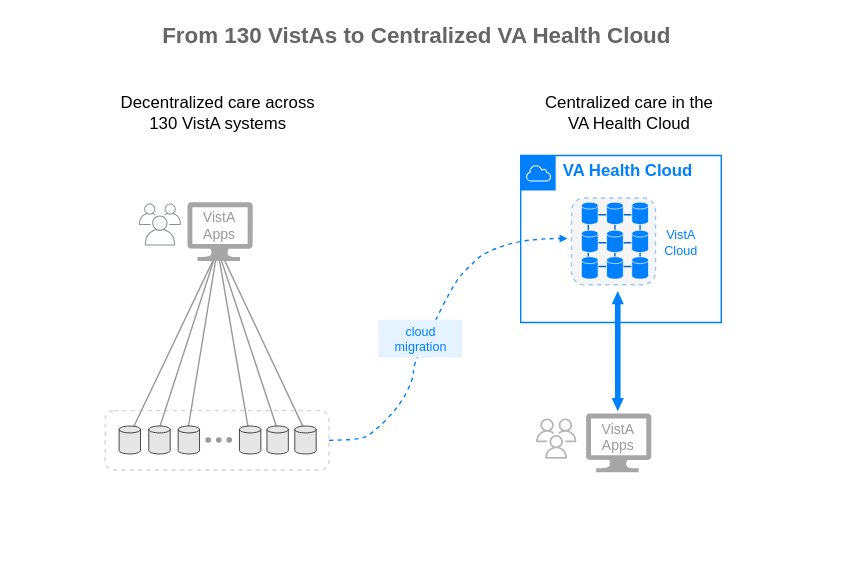
Before: img/vista-to-vaec-5.svg, a diagram exported from draw.io (cloudvista/vaa). Source tidied: cells renumbered, new cells last; positions are measured from the earlier drawing's top-left corner, leaving out a move shared by most shapes.
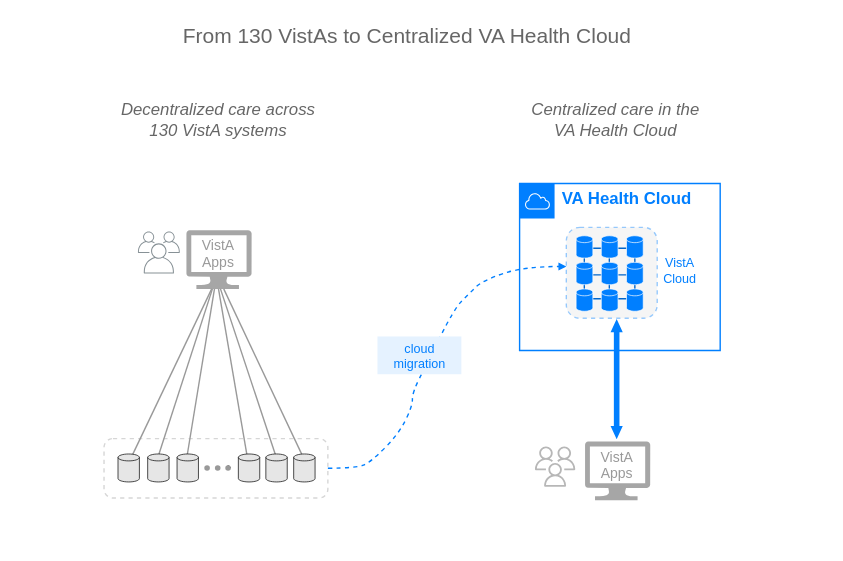
After the commit.

Diff of the diagram source:
```diff
@@ -3,7 +3,7 @@
     <mxCell id="0" />
     <mxCell id="1" parent="0" />
     <mxCell id="2" style="rounded=0;whiteSpace=wrap;html=1;fontColor=#0066CC;strokeColor=none;" parent="1" vertex="1">
-      <mxGeometry width="600" height="400" as="geometry" />
+      <mxGeometry x="1" y="-20" width="600" height="400" as="geometry" />
     </mxCell>
     <mxCell id="3" style="sketch=0;shadow=0;dashed=0;html=1;strokeColor=none;labelPosition=center;verticalLabelPosition=bottom;verticalAlign=top;align=center;fillColor=#808080;shape=mxgraph.azure.computer;strokeWidth=2;opacity=70;" parent="1" vertex="1">
       <mxGeometry x="133.4" y="144" width="46.7" height="42" as="geometry" />
@@ -38,12 +38,9 @@
         <mxPoint x="157.8" y="186" as="targetPoint" />
       </mxGeometry>
     </mxCell>
-    <mxCell id="10" value="&lt;font color=&quot;#666666&quot; style=&quot;font-size: 16px;&quot;&gt;&lt;b style=&quot;&quot;&gt;From 130 VistAs to&amp;nbsp;Centralized VA Health Cloud&lt;/b&gt;&lt;/font&gt;" style="text;html=1;align=center;verticalAlign=middle;strokeColor=none;fillColor=none;" parent="1" vertex="1">
-      <mxGeometry x="101.6" y="10" width="390" height="30" as="geometry" />
+    <mxCell id="10" value="&lt;font size=&quot;1&quot; color=&quot;#666666&quot; style=&quot;&quot;&gt;&lt;span style=&quot;font-weight: normal; font-size: 15px;&quot;&gt;From 130 VistAs to Centralized VA Health Cloud&lt;/span&gt;&lt;/font&gt;" style="text;html=1;align=center;verticalAlign=middle;strokeColor=none;fillColor=none;fontStyle=1;" parent="1" vertex="1">
+      <mxGeometry x="121" y="-10" width="340" height="30" as="geometry" />
     </mxCell>
-    <mxCell id="11" value="Centralized care in the&lt;br&gt;VA Health Cloud" style="text;html=1;align=center;verticalAlign=middle;strokeColor=none;fillColor=none;" parent="1" vertex="1">
-      <mxGeometry x="379" y="60" width="140" height="40" as="geometry" />
-    </mxCell>
     <mxCell id="12" style="sketch=0;shadow=0;dashed=0;html=1;strokeColor=none;labelPosition=center;verticalLabelPosition=bottom;verticalAlign=top;align=center;fillColor=#808080;shape=mxgraph.azure.computer;strokeWidth=2;opacity=70;" parent="1" vertex="1">
       <mxGeometry x="418.3" y="295" width="46.7" height="42" as="geometry" />
     </mxCell>
@@ -53,8 +50,8 @@
     <mxCell id="14" value="&lt;font color=&quot;#999999&quot;&gt;VistA&lt;br style=&quot;font-size: 10px;&quot;&gt;Apps&lt;/font&gt;" style="text;html=1;align=center;verticalAlign=middle;strokeColor=none;fillColor=none;fontSize=10;" parent="1" vertex="1">
       <mxGeometry x="416" y="292" width="50" height="40" as="geometry" />
     </mxCell>
-    <mxCell id="15" value="Decentralized care across &lt;br&gt;130 VistA systems" style="text;html=1;align=center;verticalAlign=middle;strokeColor=none;fillColor=none;" parent="1" vertex="1">
-      <mxGeometry x="75" y="60" width="160" height="40" as="geometry" />
+    <mxCell id="15" value="Decentralized care across &lt;br&gt;130 VistA systems" style="text;html=1;align=center;verticalAlign=middle;strokeColor=none;fillColor=none;fontStyle=2;fontColor=#666666;" parent="1" vertex="1">
+      <mxGeometry x="75.7" y="45" width="160" height="40" as="geometry" />
     </mxCell>
     <mxCell id="16" style="shape=flexArrow;endArrow=classic;startArrow=classic;html=1;endWidth=3.7288135593220337;endSize=2.8084745762711862;startWidth=3.7288135593220337;startSize=2.8084745762711862;width=4;fillColor=#007FFF;strokeColor=none;" parent="1" edge="1">
       <mxGeometry relative="1" as="geometry">
@@ -74,75 +71,75 @@
     <mxCell id="20" value="&lt;b&gt;&lt;font color=&quot;#007fff&quot; style=&quot;font-size: 12px;&quot;&gt;VA Health Cloud&lt;/font&gt;&lt;/b&gt;" style="text;html=1;align=center;verticalAlign=middle;strokeColor=none;fillColor=none;fontColor=#0066CC;labelBackgroundColor=default;" parent="19" vertex="1">
       <mxGeometry x="16.4" y="-4" width="120" height="30" as="geometry" />
     </mxCell>
-    <mxCell id="21" style="group;" parent="1" vertex="1">
-      <mxGeometry x="408" y="141" width="188.6" height="259" as="geometry" />
-    </mxCell>
+    <mxCell id="56" style="group;" parent="19" vertex="1">
+      <mxGeometry x="40.4" y="37.3" width="60" height="60" as="geometry" />
+    </mxCell>
-    <mxCell id="22" style="rounded=1;whiteSpace=wrap;html=1;strokeColor=#007FFF;fontColor=#999999;fillColor=#E6E6E6;opacity=40;dashed=1;" parent="21" vertex="1">
-      <mxGeometry width="60" height="62" as="geometry" />
+    <mxCell id="22" style="rounded=1;whiteSpace=wrap;html=1;strokeColor=#007FFF;fontColor=#999999;fillColor=#E6E6E6;opacity=40;dashed=1;" parent="56" vertex="1">
+      <mxGeometry x="-7" y="-6" width="65" height="65" as="geometry" />
     </mxCell>
-    <mxCell id="23" style="endArrow=none;html=1;fontColor=#999999;strokeColor=#0066CC;strokeWidth=1;" parent="21" edge="1">
-      <mxGeometry relative="1" as="geometry">
-        <mxPoint x="12" y="46" as="sourcePoint" />
-        <mxPoint x="12" y="16" as="targetPoint" />
-      </mxGeometry>
-    </mxCell>
-    <mxCell id="24" style="endArrow=none;html=1;fontColor=#999999;strokeColor=#0066CC;strokeWidth=1;" parent="21" edge="1">
-      <mxGeometry relative="1" as="geometry">
-        <mxPoint x="31" y="49" as="sourcePoint" />
-        <mxPoint x="31" y="19" as="targetPoint" />
-      </mxGeometry>
-    </mxCell>
-    <mxCell id="25" style="endArrow=none;html=1;fontColor=#999999;strokeColor=#0066CC;strokeWidth=1;" parent="21" edge="1">
-      <mxGeometry relative="1" as="geometry">
-        <mxPoint x="49" y="47" as="sourcePoint" />
-        <mxPoint x="49" y="17" as="targetPoint" />
-      </mxGeometry>
-    </mxCell>
-    <mxCell id="26" style="endArrow=none;html=1;fontColor=#999999;strokeColor=#0066CC;strokeWidth=1;" parent="21" edge="1">
-      <mxGeometry relative="1" as="geometry">
-        <mxPoint x="16" y="12" as="sourcePoint" />
-        <mxPoint x="46" y="12" as="targetPoint" />
-      </mxGeometry>
-    </mxCell>
-    <mxCell id="27" style="shape=cylinder3;whiteSpace=wrap;html=1;boundedLbl=1;backgroundOutline=1;size=2.4705882352940876;strokeColor=#FFFFFF;strokeWidth=0.5;fillColor=#007FFF;gradientColor=none;" parent="21" vertex="1">
-      <mxGeometry x="7" y="3" width="12" height="16" as="geometry" />
-    </mxCell>
-    <mxCell id="28" style="shape=cylinder3;whiteSpace=wrap;html=1;boundedLbl=1;backgroundOutline=1;size=2.4705882352940876;strokeColor=#FFFFFF;strokeWidth=0.5;fillColor=#007FFF;gradientColor=none;" parent="21" vertex="1">
-      <mxGeometry x="25" y="3" width="12" height="16" as="geometry" />
-    </mxCell>
-    <mxCell id="29" style="shape=cylinder3;whiteSpace=wrap;html=1;boundedLbl=1;backgroundOutline=1;size=2.4705882352940876;strokeColor=#FFFFFF;strokeWidth=0.5;fillColor=#007FFF;gradientColor=none;" parent="21" vertex="1">
-      <mxGeometry x="43" y="3" width="12" height="16" as="geometry" />
-    </mxCell>
-    <mxCell id="30" style="endArrow=none;html=1;fontColor=#999999;strokeColor=#0066CC;strokeWidth=1;" parent="21" edge="1">
-      <mxGeometry relative="1" as="geometry">
-        <mxPoint x="16" y="32" as="sourcePoint" />
-        <mxPoint x="46" y="32" as="targetPoint" />
-      </mxGeometry>
-    </mxCell>
-    <mxCell id="31" style="shape=cylinder3;whiteSpace=wrap;html=1;boundedLbl=1;backgroundOutline=1;size=2.4705882352940876;strokeColor=#FFFFFF;strokeWidth=0.5;fillColor=#007FFF;gradientColor=none;" parent="21" vertex="1">
-      <mxGeometry x="7" y="23" width="12" height="16" as="geometry" />
-    </mxCell>
-    <mxCell id="32" style="shape=cylinder3;whiteSpace=wrap;html=1;boundedLbl=1;backgroundOutline=1;size=2.4705882352940876;strokeColor=#FFFFFF;strokeWidth=0.5;fillColor=#007FFF;gradientColor=none;" parent="21" vertex="1">
-      <mxGeometry x="25" y="23" width="12" height="16" as="geometry" />
-    </mxCell>
-    <mxCell id="33" style="shape=cylinder3;whiteSpace=wrap;html=1;boundedLbl=1;backgroundOutline=1;size=2.4705882352940876;strokeColor=#FFFFFF;strokeWidth=0.5;fillColor=#007FFF;gradientColor=none;" parent="21" vertex="1">
-      <mxGeometry x="43" y="23" width="12" height="16" as="geometry" />
-    </mxCell>
-    <mxCell id="34" style="endArrow=none;html=1;fontColor=#999999;strokeColor=#0066CC;strokeWidth=1;" parent="21" edge="1">
-      <mxGeometry relative="1" as="geometry">
-        <mxPoint x="16" y="49" as="sourcePoint" />
-        <mxPoint x="46" y="49" as="targetPoint" />
-      </mxGeometry>
-    </mxCell>
-    <mxCell id="35" style="shape=cylinder3;whiteSpace=wrap;html=1;boundedLbl=1;backgroundOutline=1;size=2.4705882352940876;strokeColor=#FFFFFF;strokeWidth=0.5;fillColor=#007FFF;gradientColor=none;" parent="21" vertex="1">
-      <mxGeometry x="7" y="42" width="12" height="16" as="geometry" />
-    </mxCell>
-    <mxCell id="36" style="shape=cylinder3;whiteSpace=wrap;html=1;boundedLbl=1;backgroundOutline=1;size=2.4705882352940876;strokeColor=#FFFFFF;strokeWidth=0.5;fillColor=#007FFF;gradientColor=none;" parent="21" vertex="1">
-      <mxGeometry x="25" y="42" width="12" height="16" as="geometry" />
-    </mxCell>
-    <mxCell id="37" style="shape=cylinder3;whiteSpace=wrap;html=1;boundedLbl=1;backgroundOutline=1;size=2.4705882352940876;strokeColor=#FFFFFF;strokeWidth=0.5;fillColor=#007FFF;gradientColor=none;" parent="21" vertex="1">
-      <mxGeometry x="43" y="42" width="12" height="16" as="geometry" />
-    </mxCell>
+    <mxCell id="57" style="endArrow=none;html=1;fontColor=#999999;strokeColor=#0066CC;strokeWidth=1;" parent="56" edge="1">
+      <mxGeometry relative="1" as="geometry">
+        <mxPoint x="5.9" y="42" as="sourcePoint" />
+        <mxPoint x="5.9" y="12" as="targetPoint" />
+      </mxGeometry>
+    </mxCell>
+    <mxCell id="58" style="endArrow=none;html=1;fontColor=#999999;strokeColor=#0066CC;strokeWidth=1;" parent="56" edge="1">
+      <mxGeometry relative="1" as="geometry">
+        <mxPoint x="23.8" y="42" as="sourcePoint" />
+        <mxPoint x="23.8" y="12" as="targetPoint" />
+      </mxGeometry>
+    </mxCell>
+    <mxCell id="59" style="endArrow=none;html=1;fontColor=#999999;strokeColor=#0066CC;strokeWidth=1;" parent="56" edge="1">
+      <mxGeometry relative="1" as="geometry">
+        <mxPoint x="42" y="42" as="sourcePoint" />
+        <mxPoint x="42" y="12" as="targetPoint" />
+      </mxGeometry>
+    </mxCell>
+    <mxCell id="60" style="endArrow=none;html=1;fontColor=#999999;strokeColor=#0066CC;strokeWidth=1;" parent="56" edge="1">
+      <mxGeometry relative="1" as="geometry">
+        <mxPoint x="9" y="45" as="sourcePoint" />
+        <mxPoint x="39" y="45" as="targetPoint" />
+      </mxGeometry>
+    </mxCell>
+    <mxCell id="61" style="shape=cylinder3;whiteSpace=wrap;html=1;boundedLbl=1;backgroundOutline=1;size=2.4705882352940876;strokeColor=#FFFFFF;strokeWidth=0.5;fillColor=#007FFF;gradientColor=none;" parent="56" vertex="1">
+      <mxGeometry y="38" width="12" height="16" as="geometry" />
+    </mxCell>
+    <mxCell id="62" style="shape=cylinder3;whiteSpace=wrap;html=1;boundedLbl=1;backgroundOutline=1;size=2.4705882352940876;strokeColor=#FFFFFF;strokeWidth=0.5;fillColor=#007FFF;gradientColor=none;" parent="56" vertex="1">
+      <mxGeometry x="18" y="38" width="12" height="16" as="geometry" />
+    </mxCell>
+    <mxCell id="63" style="shape=cylinder3;whiteSpace=wrap;html=1;boundedLbl=1;backgroundOutline=1;size=2.4705882352940876;strokeColor=#FFFFFF;strokeWidth=0.5;fillColor=#007FFF;gradientColor=none;" parent="56" vertex="1">
+      <mxGeometry x="36" y="38" width="12" height="16" as="geometry" />
+    </mxCell>
+    <mxCell id="64" style="endArrow=none;html=1;fontColor=#999999;strokeColor=#0066CC;strokeWidth=1;" parent="56" edge="1">
+      <mxGeometry relative="1" as="geometry">
+        <mxPoint x="9" y="28" as="sourcePoint" />
+        <mxPoint x="39" y="28" as="targetPoint" />
+      </mxGeometry>
+    </mxCell>
+    <mxCell id="65" style="shape=cylinder3;whiteSpace=wrap;html=1;boundedLbl=1;backgroundOutline=1;size=2.4705882352940876;strokeColor=#FFFFFF;strokeWidth=0.5;fillColor=#007FFF;gradientColor=none;" parent="56" vertex="1">
+      <mxGeometry y="19" width="12" height="16" as="geometry" />
+    </mxCell>
+    <mxCell id="66" style="shape=cylinder3;whiteSpace=wrap;html=1;boundedLbl=1;backgroundOutline=1;size=2.4705882352940876;strokeColor=#FFFFFF;strokeWidth=0.5;fillColor=#007FFF;gradientColor=none;" parent="56" vertex="1">
+      <mxGeometry x="18" y="19" width="12" height="16" as="geometry" />
+    </mxCell>
+    <mxCell id="67" style="shape=cylinder3;whiteSpace=wrap;html=1;boundedLbl=1;backgroundOutline=1;size=2.4705882352940876;strokeColor=#FFFFFF;strokeWidth=0.5;fillColor=#007FFF;gradientColor=none;" parent="56" vertex="1">
+      <mxGeometry x="36" y="19" width="12" height="16" as="geometry" />
+    </mxCell>
+    <mxCell id="68" style="endArrow=none;html=1;fontColor=#999999;strokeColor=#0066CC;strokeWidth=1;" parent="56" edge="1">
+      <mxGeometry relative="1" as="geometry">
+        <mxPoint x="9" y="9" as="sourcePoint" />
+        <mxPoint x="39" y="9" as="targetPoint" />
+      </mxGeometry>
+    </mxCell>
+    <mxCell id="69" style="shape=cylinder3;whiteSpace=wrap;html=1;boundedLbl=1;backgroundOutline=1;size=2.4705882352940876;strokeColor=#FFFFFF;strokeWidth=0.5;fillColor=#007FFF;gradientColor=none;" parent="56" vertex="1">
+      <mxGeometry width="12" height="16" as="geometry" />
+    </mxCell>
+    <mxCell id="70" style="shape=cylinder3;whiteSpace=wrap;html=1;boundedLbl=1;backgroundOutline=1;size=2.4705882352940876;strokeColor=#FFFFFF;strokeWidth=0.5;fillColor=#007FFF;gradientColor=none;" parent="56" vertex="1">
+      <mxGeometry x="18" width="12" height="16" as="geometry" />
+    </mxCell>
+    <mxCell id="71" style="shape=cylinder3;whiteSpace=wrap;html=1;boundedLbl=1;backgroundOutline=1;size=2.4705882352940876;strokeColor=#FFFFFF;strokeWidth=0.5;fillColor=#007FFF;gradientColor=none;" parent="56" vertex="1">
+      <mxGeometry x="36" width="12" height="16" as="geometry" />
+    </mxCell>
     <mxCell id="38" value="VistA&lt;br style=&quot;font-size: 9px;&quot;&gt;Cloud" style="text;html=1;align=center;verticalAlign=middle;strokeColor=none;fillColor=none;fontColor=#007FFF;fontSize=9;" parent="1" vertex="1">
       <mxGeometry x="461" y="153" width="50" height="40" as="geometry" />
     </mxCell>
@@ -200,7 +197,7 @@
       </mxGeometry>
     </mxCell>
     <mxCell id="52" style="group;" parent="1" vertex="1">
-      <mxGeometry x="270" y="228" width="60" height="33.5" as="geometry" />
+      <mxGeometry x="270" y="220" width="60" height="33.5" as="geometry" />
     </mxCell>
     <mxCell id="53" style="rounded=0;whiteSpace=wrap;html=1;strokeColor=none;" parent="52" vertex="1">
       <mxGeometry width="60" height="27" as="geometry" />
@@ -211,5 +208,8 @@
     <mxCell id="55" value="cloud&lt;br&gt;migration" style="text;html=1;align=center;verticalAlign=middle;strokeColor=none;fillColor=none;fontColor=#007FFF;fontSize=9;" parent="52" vertex="1">
       <mxGeometry y="-6.5" width="60" height="40" as="geometry" />
     </mxCell>
+    <mxCell id="11" value="Centralized care in the&lt;br&gt;VA Health Cloud" style="text;html=1;align=center;verticalAlign=middle;strokeColor=none;fillColor=none;fontStyle=2;fontColor=#666666;" parent="1" vertex="1">
+      <mxGeometry x="370" y="45" width="140" height="40" as="geometry" />
+    </mxCell>
   </root>
 </mxGraphModel>
```
